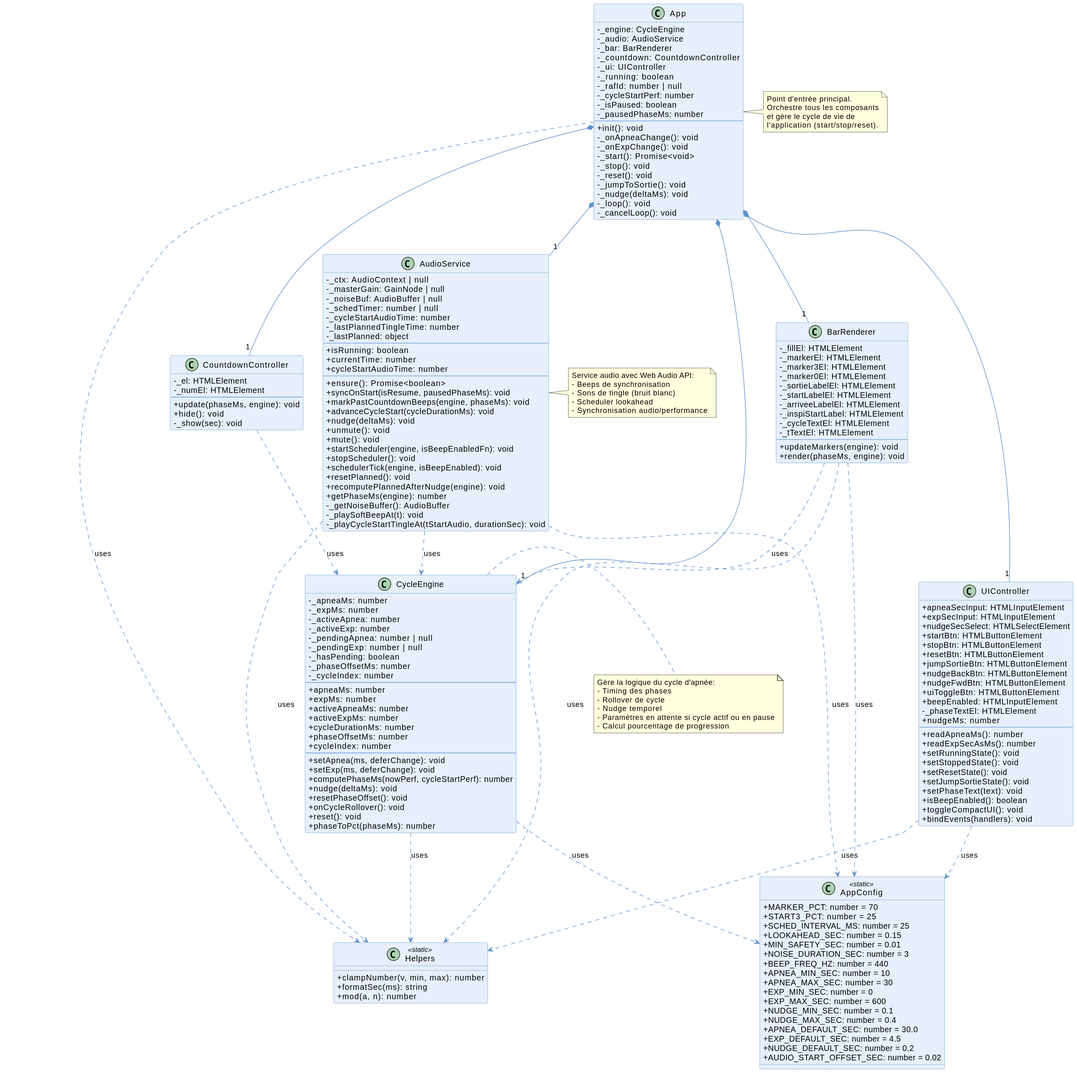
This is uml/svg/class_diagram/ManiView - Diagramme de Classe.svg from cc-sss/ManiView, a PlantUML export, as it was before one commit.
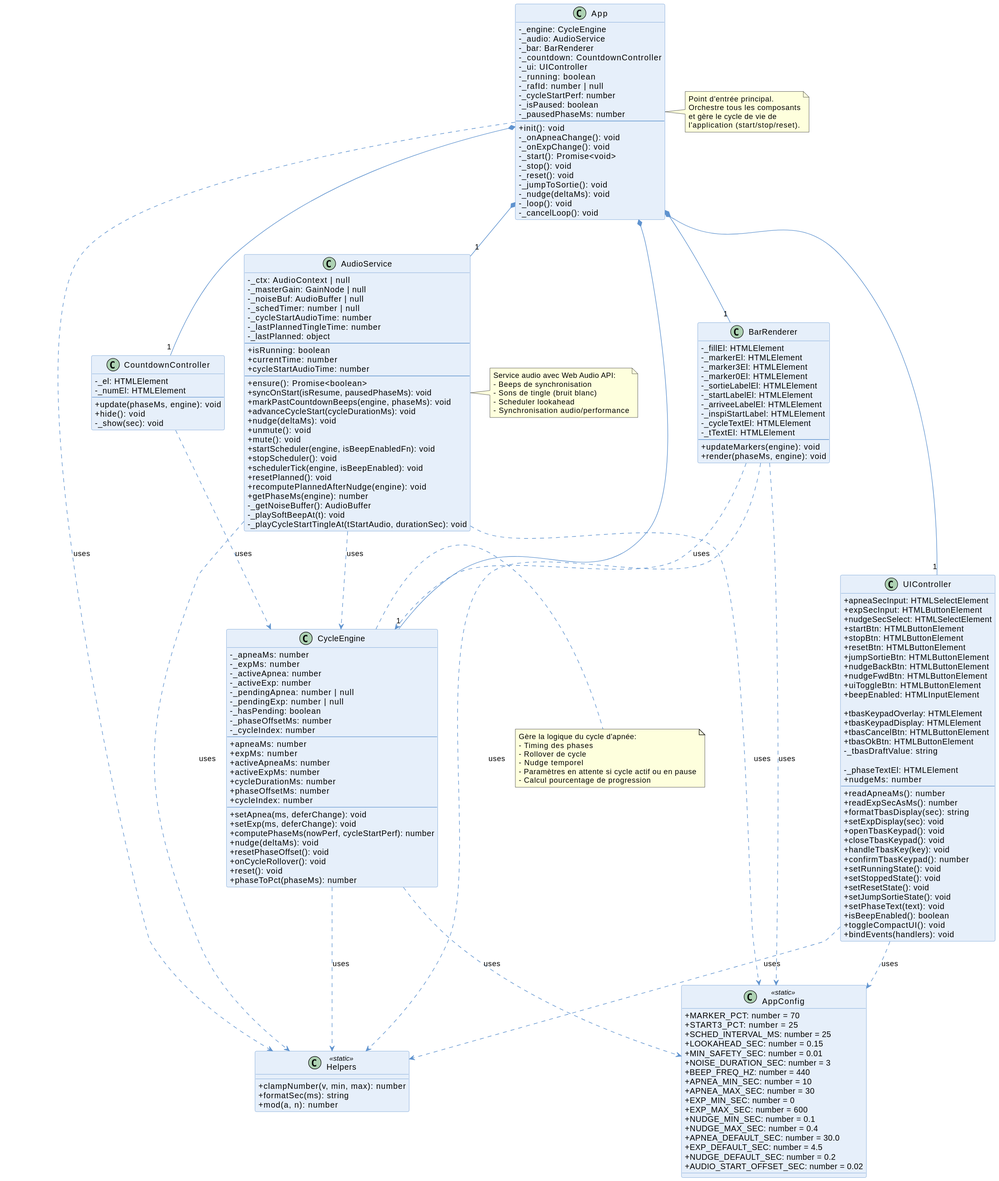
After the change.

Change to the diagram source:
```diff
@@ -121,8 +121,8 @@
 }
 
 class UIController {
-    +apneaSecInput: HTMLInputElement
-    +expSecInput: HTMLInputElement
+    +apneaSecInput: HTMLSelectElement
+    +expSecInput: HTMLButtonElement
     +nudgeSecSelect: HTMLSelectElement
     +startBtn: HTMLButtonElement
     +stopBtn: HTMLButtonElement
@@ -132,11 +132,24 @@
     +nudgeFwdBtn: HTMLButtonElement
     +uiToggleBtn: HTMLButtonElement
     +beepEnabled: HTMLInputElement
+
+    +tbasKeypadOverlay: HTMLElement
+    +tbasKeypadDisplay: HTMLElement
+    +tbasCancelBtn: HTMLButtonElement
+    +tbasOkBtn: HTMLButtonElement
+    -_tbasDraftValue: string
+
     -_phaseTextEl: HTMLElement
     +nudgeMs: number
     --
     +readApneaMs(): number
     +readExpSecAsMs(): number
+    +formatTbasDisplay(sec): string
+    +setExpDisplay(sec): void
+    +openTbasKeypad(): void
+    +closeTbasKeypad(): void
+    +handleTbasKey(key): void
+    +confirmTbasKeypad(): number
     +setRunningState(): void
     +setStoppedState(): void
     +setResetState(): void
```
